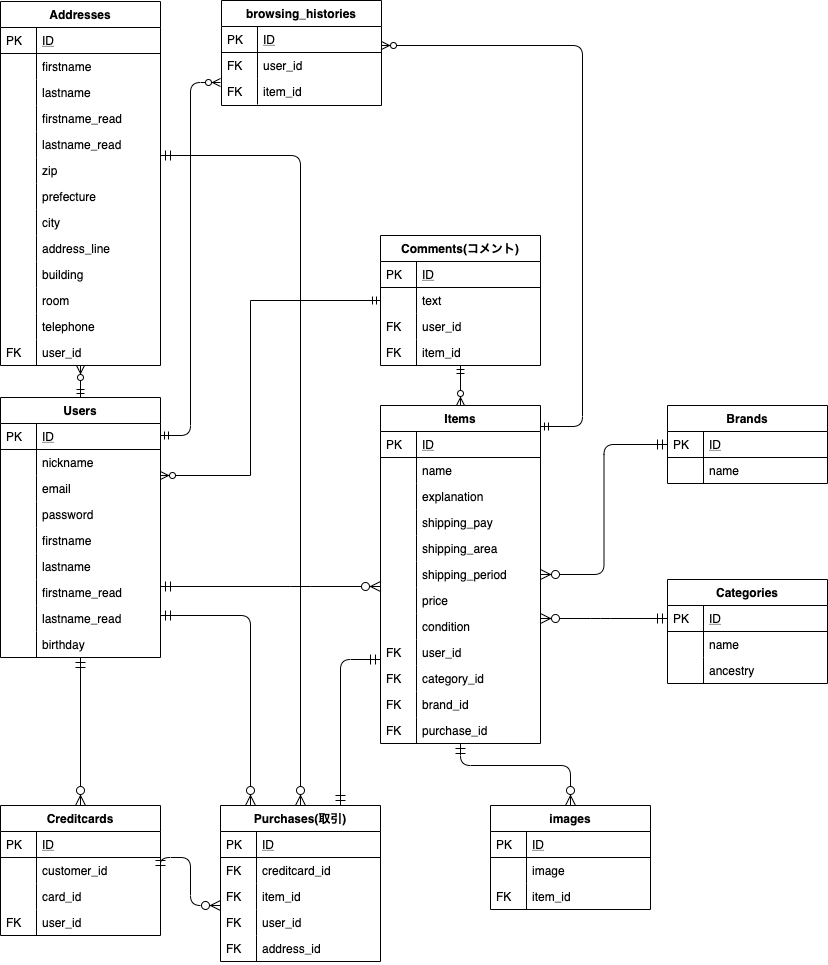
This is public/images/fleamarket_sample_73c.png from yuki-fukumoto/fleamarket_sample_73c, a draw.io export, as it was before one commit. Source tidied: cells renumbered, new cells last; positions are measured from the earlier drawing's top-left corner, leaving out a move shared by most shapes.
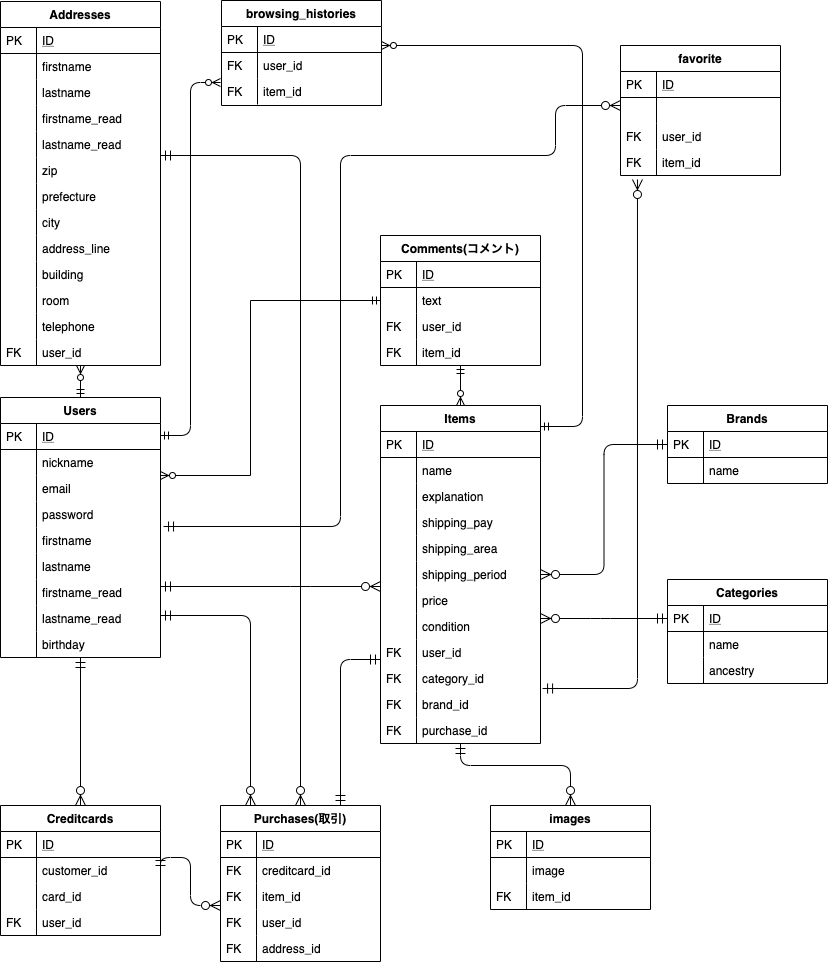
Above is the later version.

Change to the diagram source:
```diff
@@ -468,5 +468,50 @@
         </Array>
       </mxGeometry>
     </mxCell>
+    <mxCell id="142" value="favorite" style="swimlane;fontStyle=1;horizontal=1;startSize=26;rounded=0;shadow=0;strokeWidth=1;" parent="1" vertex="1">
+      <mxGeometry x="620" y="45" width="160" height="130" as="geometry" />
+    </mxCell>
+    <mxCell id="143" value="ID" style="shape=partialRectangle;top=0;left=0;right=0;bottom=1;align=left;verticalAlign=top;fillColor=none;spacingLeft=40;spacingRight=4;overflow=hidden;rounded=0;shadow=0;strokeWidth=1;fontStyle=4;" parent="142" vertex="1">
+      <mxGeometry y="26" width="160" height="26" as="geometry" />
+    </mxCell>
+    <mxCell id="144" value="PK" style="shape=partialRectangle;top=0;left=0;bottom=0;fillColor=none;align=left;verticalAlign=top;spacingLeft=4;spacingRight=4;overflow=hidden;" parent="143" vertex="1">
+      <mxGeometry width="36" height="26" as="geometry" />
+    </mxCell>
+    <mxCell id="145" style="shape=partialRectangle;top=0;left=0;right=0;bottom=0;align=left;verticalAlign=top;fillColor=none;spacingLeft=40;spacingRight=4;overflow=hidden;rounded=0;shadow=0;strokeWidth=1;" parent="142" vertex="1">
+      <mxGeometry y="52" width="160" height="26" as="geometry" />
+    </mxCell>
+    <mxCell id="146" style="shape=partialRectangle;top=0;left=0;bottom=0;fillColor=none;align=left;verticalAlign=top;spacingLeft=4;spacingRight=4;overflow=hidden;" parent="145" vertex="1">
+      <mxGeometry width="36" height="26" as="geometry" />
+    </mxCell>
+    <mxCell id="147" value="user_id" style="shape=partialRectangle;top=0;left=0;right=0;bottom=0;align=left;verticalAlign=top;fillColor=none;spacingLeft=40;spacingRight=4;overflow=hidden;rounded=0;shadow=0;strokeWidth=1;" parent="142" vertex="1">
+      <mxGeometry y="78" width="160" height="26" as="geometry" />
+    </mxCell>
+    <mxCell id="148" value="FK" style="shape=partialRectangle;top=0;left=0;bottom=0;fillColor=none;align=left;verticalAlign=top;spacingLeft=4;spacingRight=4;overflow=hidden;" parent="147" vertex="1">
+      <mxGeometry width="36" height="26" as="geometry" />
+    </mxCell>
+    <mxCell id="149" value="item_id" style="shape=partialRectangle;top=0;left=0;right=0;bottom=0;align=left;verticalAlign=top;fillColor=none;spacingLeft=40;spacingRight=4;overflow=hidden;points=[[0,0.5],[1,0.5]];portConstraint=eastwest;rounded=0;shadow=0;strokeWidth=1;" parent="142" vertex="1">
+      <mxGeometry y="104" width="160" height="26" as="geometry" />
+    </mxCell>
+    <mxCell id="150" value="FK" style="shape=partialRectangle;top=0;left=0;bottom=0;fillColor=none;align=left;verticalAlign=top;spacingLeft=4;spacingRight=4;overflow=hidden;" parent="149" vertex="1">
+      <mxGeometry width="36" height="26" as="geometry" />
+    </mxCell>
+    <mxCell id="151" style="edgeStyle=orthogonalEdgeStyle;endArrow=ERzeroToMany;startArrow=ERmandOne;shadow=0;strokeWidth=1;endSize=8;startSize=8;exitX=1.013;exitY=-0.115;exitDx=0;exitDy=0;exitPerimeter=0;entryX=0.106;entryY=1.154;entryDx=0;entryDy=0;entryPerimeter=0;" parent="1" edge="1" source="72" target="149">
+      <mxGeometry relative="1" as="geometry">
+        <Array as="points">
+          <mxPoint x="637" y="688" />
+        </Array>
+      </mxGeometry>
+    </mxCell>
+    <mxCell id="152" style="edgeStyle=orthogonalEdgeStyle;endArrow=ERzeroToMany;startArrow=ERmandOne;shadow=0;strokeWidth=1;endSize=8;startSize=8;exitX=1.019;exitY=-0.038;exitDx=0;exitDy=0;exitPerimeter=0;" parent="1" edge="1" source="11">
+      <mxGeometry relative="1" as="geometry">
+        <mxPoint x="620" y="105" as="targetPoint" />
+        <Array as="points">
+          <mxPoint x="340" y="526" />
+          <mxPoint x="340" y="155" />
+          <mxPoint x="555" y="155" />
+          <mxPoint x="555" y="105" />
+        </Array>
+      </mxGeometry>
+    </mxCell>
   </root>
 </mxGraphModel>
```
